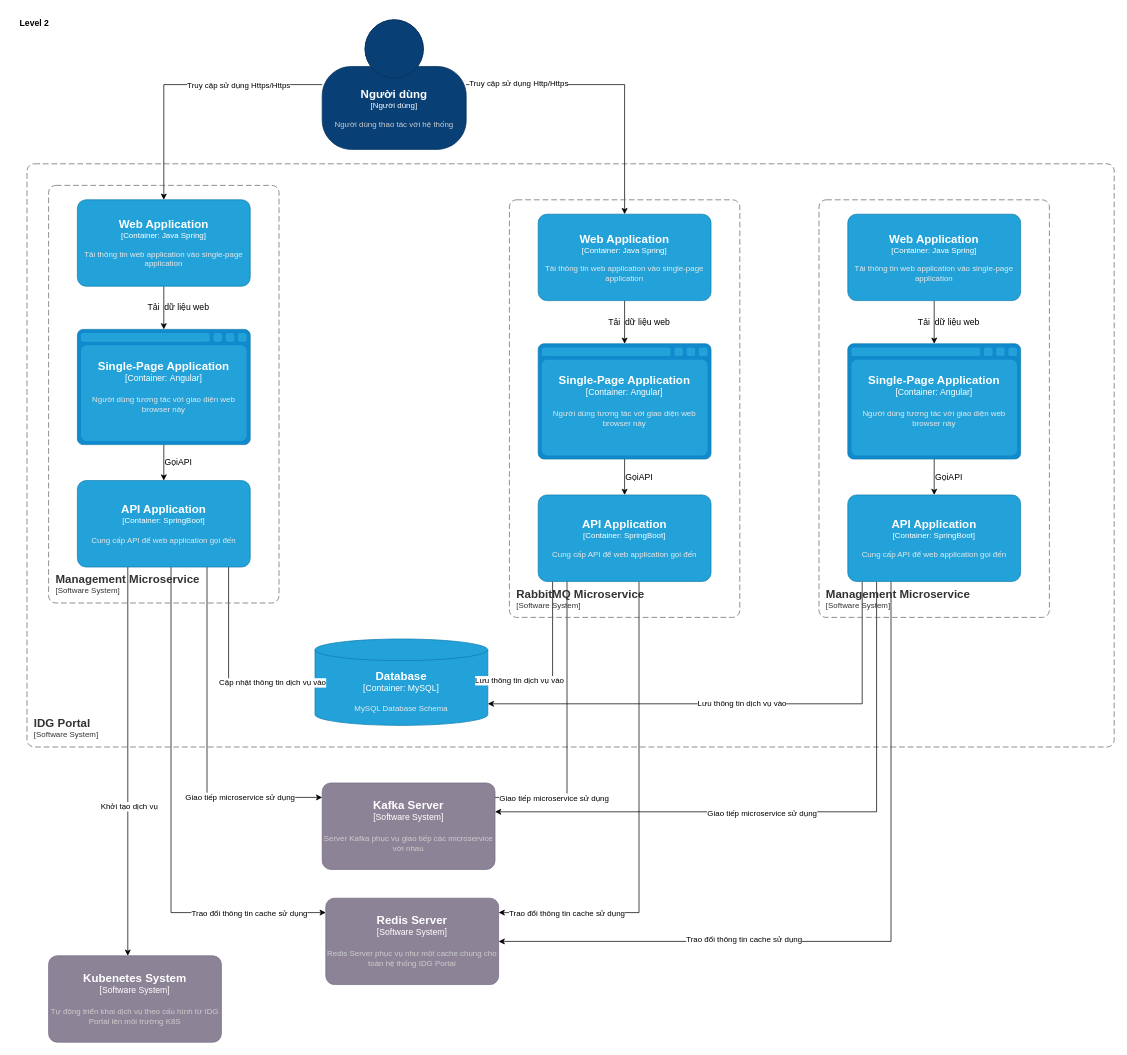
Above: IDG-Portal Lv2.drawio in dangngocsoncntt/draw.io (draw.io), before the change. Source tidied: cells renumbered, new cells numbered last; positions are measured from the earlier drawing's top-left corner, leaving out a move shared by most shapes. Both pictures are drawn from the tidied source at 72%, with x=0, y=0 at pixel (12, 12).
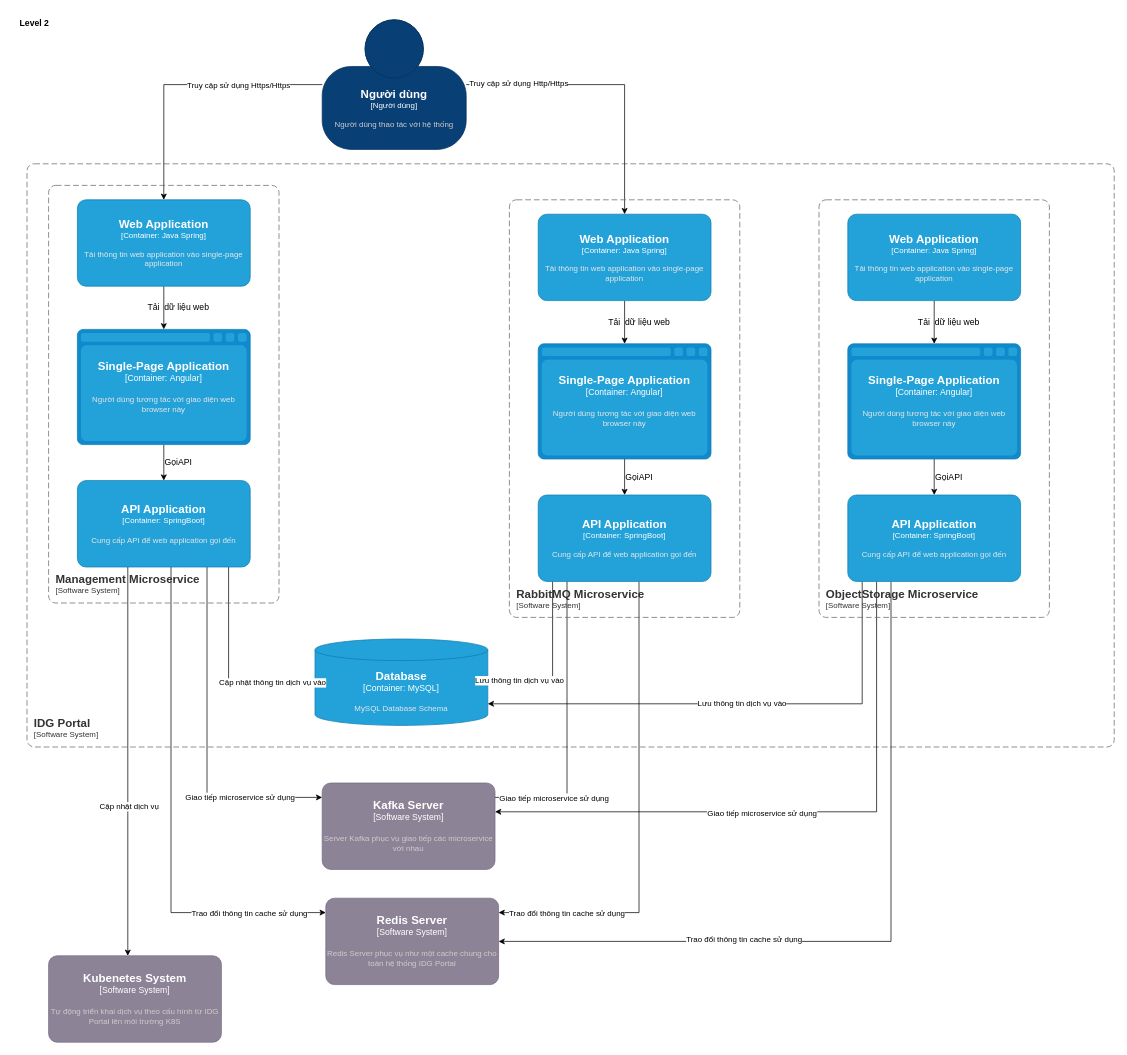
After the change.

The change refers to these unchanged cells:
```xml
<mxCell id="15" style="edgeStyle=orthogonalEdgeStyle;rounded=0;jettySize=auto;html=1;" parent="1" edge="1" source="17" target="56">
  <mxGeometry relative="1" as="geometry">
    <Array as="points">
      <mxPoint x="160" y="970" />
      <mxPoint x="160" y="970" />
    </Array>
  </mxGeometry>
</mxCell>
```

The edit, as a diff of the source:
```diff
@@
-    <mxCell id="16" value="Khởi tạo dịch vụ" style="edgeLabel;html=1;align=center;verticalAlign=middle;" parent="15" vertex="1">
+    <mxCell id="16" value="Cập nhật dịch vụ" style="edgeLabel;html=1;align=center;verticalAlign=middle;" parent="15" vertex="1">
       <mxGeometry x="0.23" y="1" relative="1" as="geometry" />
     </mxCell>
@@
-    <object id="53" label="&lt;font style=&quot;font-size: 16px&quot;&gt;&lt;b&gt;&lt;div style=&quot;text-align: left&quot;&gt;%c4Name%&lt;/div&gt;&lt;/b&gt;&lt;/font&gt;&lt;div style=&quot;text-align: left&quot;&gt;[%c4Application%]&lt;/div&gt;" c4Application="Software System" c4Name="Management Microservice" placeholders="1">
+    <object id="53" label="&lt;font style=&quot;font-size: 16px&quot;&gt;&lt;b&gt;&lt;div style=&quot;text-align: left&quot;&gt;%c4Name%&lt;/div&gt;&lt;/b&gt;&lt;/font&gt;&lt;div style=&quot;text-align: left&quot;&gt;[%c4Application%]&lt;/div&gt;" c4Application="Software System" c4Name="ObjectStorage Microservice" placeholders="1">
       <mxCell style="rounded=1;fontSize=11;whiteSpace=wrap;html=1;dashed=1;arcSize=20;fillColor=none;strokeColor=#666666;fontColor=#333333;labelBackgroundColor=none;align=left;verticalAlign=bottom;labelBorderColor=none;spacingTop=0;spacing=10;dashPattern=8 4;perimeter=rectanglePerimeter;noLabel=0;labelPadding=0;absoluteArcSize=1;" parent="1" vertex="1">
         <mxGeometry x="1120" y="260" width="320" height="580" as="geometry" />
       </mxCell>
     </object>
```
